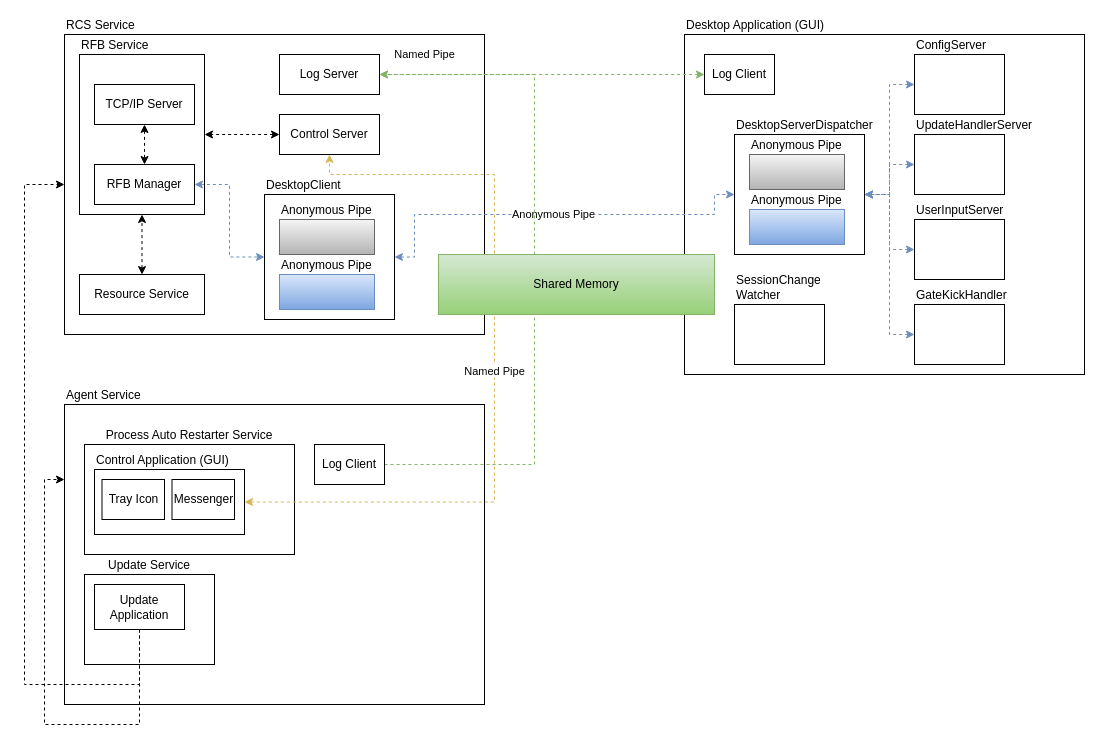
The draw.io diagram page "Application" (2 of 9) of UML/mirero/SwRcs/Arch.drawio in rhkdguskim/Study, before the edit. Source tidied: cells renumbered, new cells numbered last; positions are measured from the earlier drawing's top-left corner, leaving out a move shared by most shapes. Both pictures are drawn from the tidied source at 100%, with x=0, y=0 at pixel (24, 34).
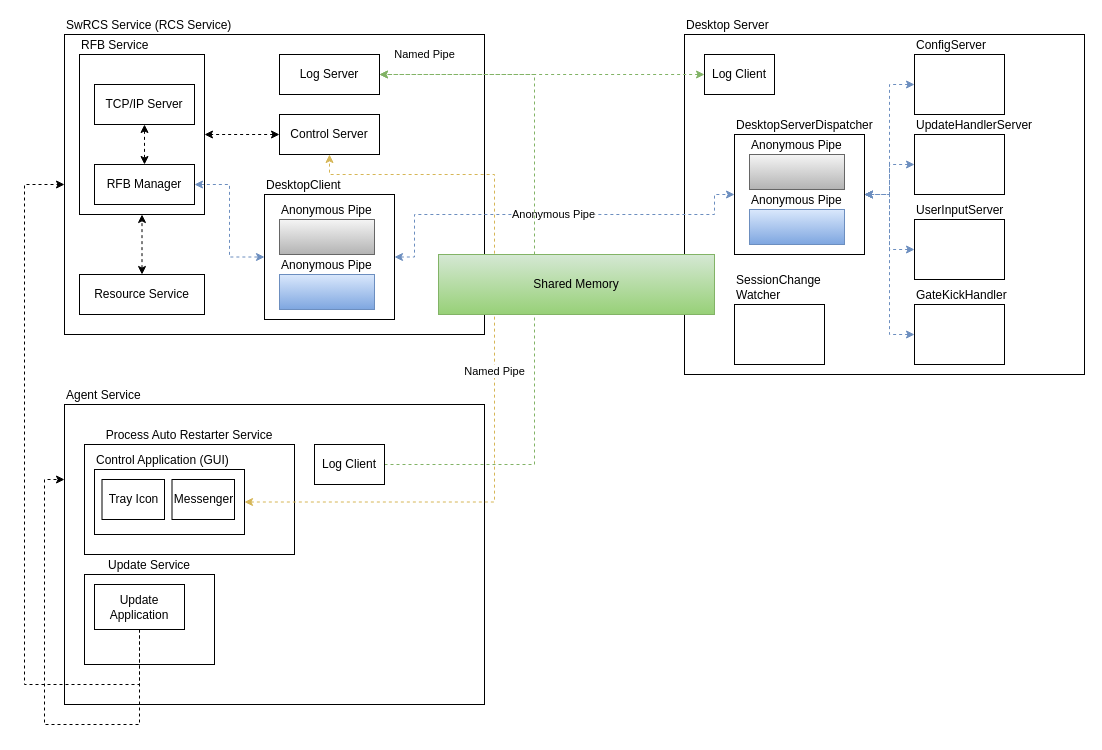
Above is the later version.

Change to the diagram source:
```diff
@@
-    <mxCell id="2" value="Desktop Application (GUI)" style="rounded=0;whiteSpace=wrap;html=1;labelPosition=center;verticalLabelPosition=top;align=left;verticalAlign=bottom;" parent="1" vertex="1">
+    <mxCell id="2" value="Desktop Server" style="rounded=0;whiteSpace=wrap;html=1;labelPosition=center;verticalLabelPosition=top;align=left;verticalAlign=bottom;" parent="1" vertex="1">
       <mxGeometry x="660" width="400" height="340" as="geometry" />
     </mxCell>
@@
-    <mxCell id="4" value="RCS Service" style="rounded=0;whiteSpace=wrap;html=1;labelPosition=center;verticalLabelPosition=top;align=left;verticalAlign=bottom;" parent="1" vertex="1">
+    <mxCell id="4" value="SwRCS Service (RCS Service)" style="rounded=0;whiteSpace=wrap;html=1;labelPosition=center;verticalLabelPosition=top;align=left;verticalAlign=bottom;" parent="1" vertex="1">
       <mxGeometry x="40" width="420" height="300" as="geometry" />
     </mxCell>
```
